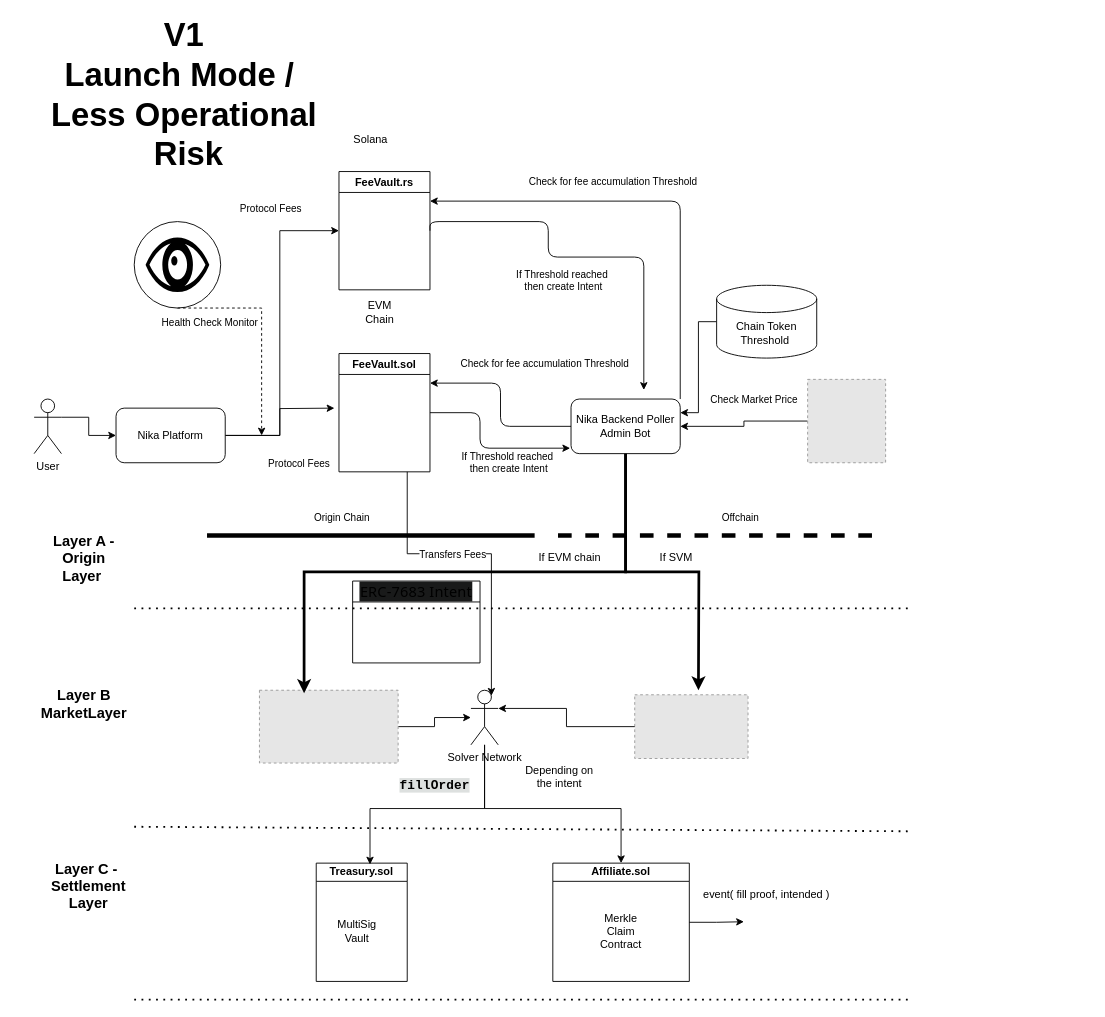
This is page "v1" (2 of 3) of Nika Finance SD.drawio from ChanX21/Diagrams, a draw.io file, before an edit. Source tidied: cells renumbered, new cells numbered last; positions are measured from the earlier drawing's top-left corner, leaving out a move shared by most shapes. Both pictures are drawn from the tidied source at 91%, with x=0, y=0 at pixel (15, 80). Pictures stored in the file or linked from it are replaced by grey dashed boxes.
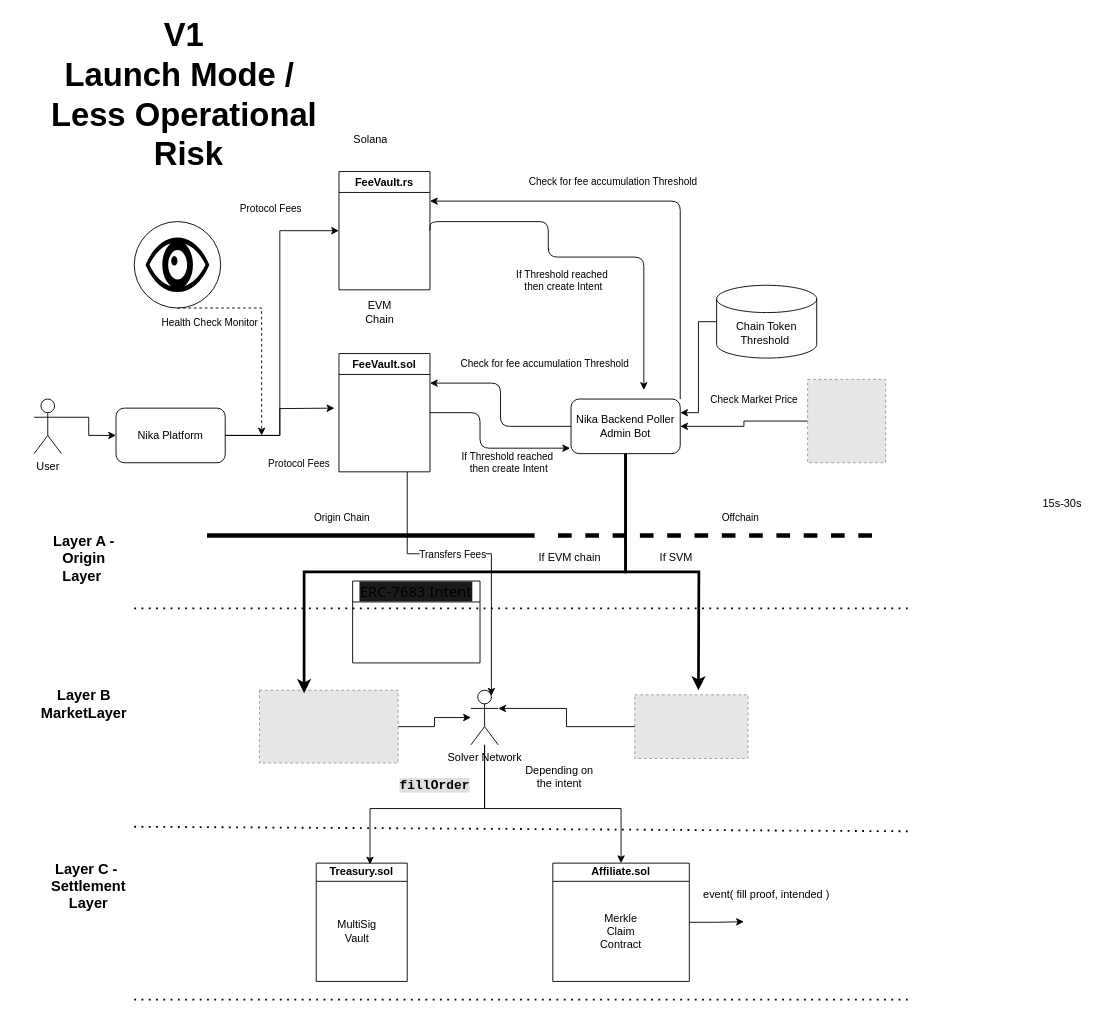
The same page after the edit.

Diff of the diagram source:
```diff
@@
+    <mxCell id="62" value="15s-30s" style="text;html=1;whiteSpace=wrap;strokeColor=none;fillColor=none;align=center;verticalAlign=middle;rounded=0;" parent="1" vertex="1">
+      <mxGeometry x="1120" y="450" width="60" height="30" as="geometry" />
+    </mxCell>
```
